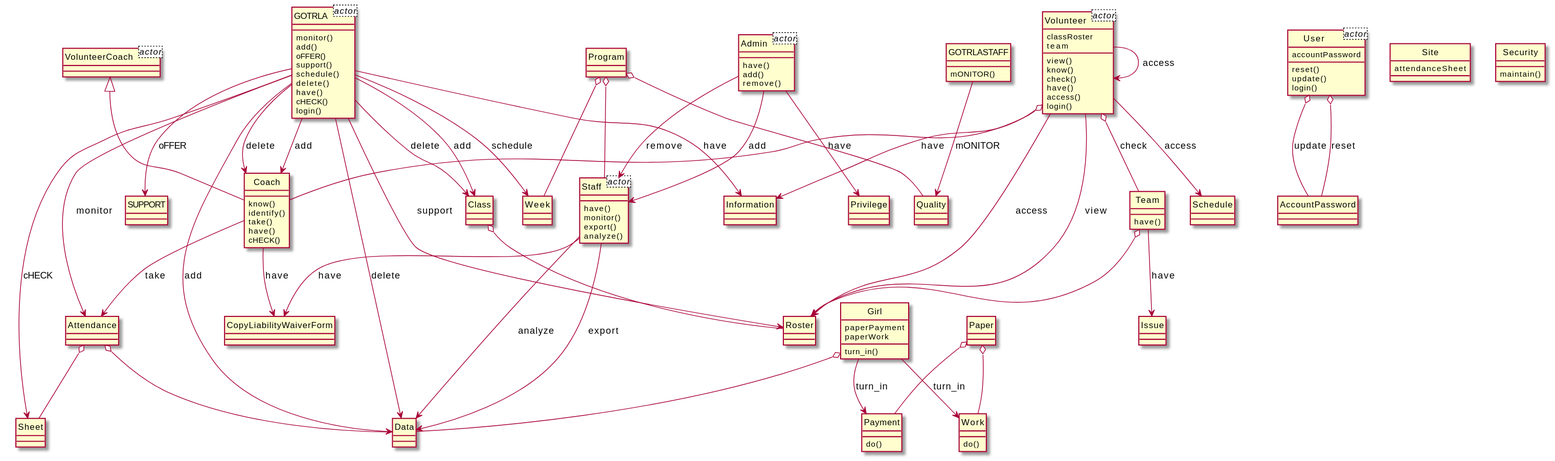
Before: output/diagram_5/2014-USC-Project15.svg, a diagram exported from PlantUML (xixixhalu/DomainModelExtractor).
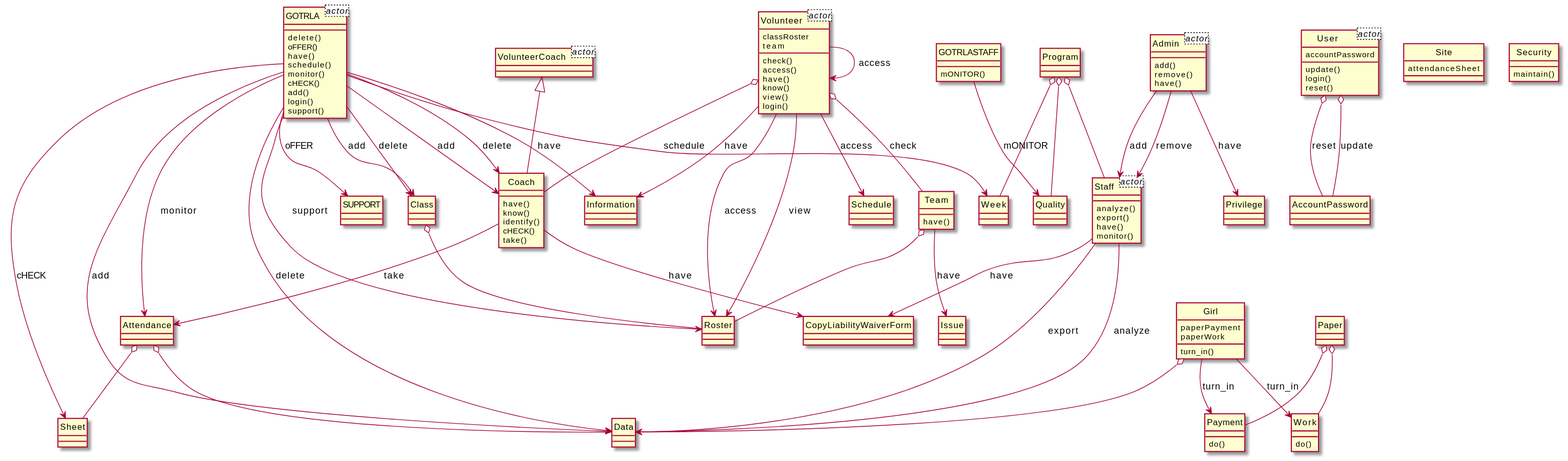
The same diagram one commit later.

Change to the diagram source:
```diff
@@ -23,13 +23,9 @@
 	paperWork
 	turn_in()
 }
-class Program {
+class Roster {
 }
-class Quality {
-}
-class Week {
-}
-class Roster {
+class Sheet {
 }
 class Paper {
 }
@@ -39,123 +35,127 @@
 class Work {
 	do()
 }
-class Sheet {
+class Program {
+}
+class Week {
+}
+class Quality {
 }
 class Volunteer {
+	check()
+	access()
+	have()
+	know()
 	view()
-	know()
-	check()
-	have()
-	access()
 	login()
 }
-class GOTRLA {
-	monitor()
-	add()
-	oFFER()
-	support()
-	schedule()
-	delete()
-	have()
-	cHECK()
-	login()
+class Schedule {
 }
 class Coach {
+	have()
 	know()
 	identify()
+	cHECK()
 	take()
+}
+class CopyLiabilityWaiverForm {
+}
+class Staff {
+	analyze()
+	export()
 	have()
+	monitor()
+}
+class Data {
+}
+class Admin {
+	add()
+	remove()
+	have()
+}
+class Privilege {
+}
+class GOTRLA {
+	delete()
+	oFFER()
+	have()
+	schedule()
+	monitor()
 	cHECK()
+	add()
+	login()
+	support()
+}
+class Attendance {
 }
 class User {
-	reset()
 	update()
 	login()
+	reset()
+}
+class Information {
+}
+class GOTRLASTAFF {
+	mONITOR()
+}
+class AccountPassword {
+}
+class Class {
 }
 class Team {
 	have()
 }
-class SUPPORT {
-}
-class Admin {
-	have()
-	add()
-	remove()
-}
-class Staff {
-	have()
-	monitor()
-	export()
-	analyze()
-}
-class Class {
-}
-class GOTRLASTAFF {
-	mONITOR()
-}
-class Attendance {
+class Issue {
 }
 class Security {
 	maintain()
 }
-class Information {
-}
-class AccountPassword {
-}
-class Privilege {
-}
-class Data {
-}
-class CopyLiabilityWaiverForm {
-}
-class Issue {
-}
-class Schedule {
+class SUPPORT {
 }
 class VolunteerCoach {
 }
-Program o-- Week
+Team --> Issue : have
 Team o-- Roster
-Team --> Issue : have
-Volunteer --> Schedule : access
-Volunteer --> Roster : access
-GOTRLA --> Attendance : monitor
+GOTRLA --> Information : have
+GOTRLA --> Coach : delete
+Volunteer --> Roster : view
 GOTRLA --> Class : delete
 Staff --> CopyLiabilityWaiverForm : have
+Volunteer --> Schedule : access
 GOTRLA --> Week : schedule
+GOTRLA --> Sheet : cHECK
+Volunteer o-- Team : check
+Attendance o-- Sheet
+GOTRLA --> Roster : support
+GOTRLA --> Data : delete
+Coach --> CopyLiabilityWaiverForm : have
+GOTRLA --> SUPPORT : oFFER
+Program o-- Week
+GOTRLA --> Coach : add
+User o-- AccountPassword : reset
+Staff --> Data : export
+Staff --> Data : analyze
+Girl --> Payment : turn_in
+GOTRLASTAFF --> Quality : mONITOR
+Class o-- Roster
+Coach --> Attendance : take
 Attendance o-- Data
-GOTRLA --> Sheet : cHECK
-Volunteer --> Information : have
-GOTRLA --> Coach : delete
+Volunteer --> Volunteer : access
+Paper o-- Work
 Girl --> Work : turn_in
-GOTRLA --> Information : have
-Volunteer --> Roster : view
-Girl --> Payment : turn_in
-Staff --> Data : analyze
-GOTRLA --> Coach : add
-Volunteer o-- Team : check
-Volunteer --> Volunteer : access
 User o-- AccountPassword : update
+Program o-- Staff
+Volunteer --> Roster : access
+VolunteerCoach <|-- Coach
+GOTRLA --> Class : add
+Admin --> Privilege : have
+Paper o-- Payment
+GOTRLA --> Data : add
+Admin --> Staff : add
 Volunteer o-- Coach
-VolunteerCoach <|-- Coach
-GOTRLA --> SUPPORT : oFFER
-Admin --> Privilege : have
-Program o-- Staff
-GOTRLA --> Roster : support
-GOTRLA --> Data : add
-Attendance o-- Sheet
-Staff --> Data : export
-Paper o-- Work
-Admin --> Staff : add
 Admin --> Staff : remove
 Program o-- Quality
 Girl o-- Data
-Coach --> CopyLiabilityWaiverForm : have
-Class o-- Roster
-GOTRLA --> Class : add
-GOTRLA --> Data : delete
-GOTRLASTAFF --> Quality : mONITOR
-Coach --> Attendance : take
-User o-- AccountPassword : reset
-Paper o-- Payment
+GOTRLA --> Attendance : monitor
+Volunteer --> Information : have
 @enduml
```
